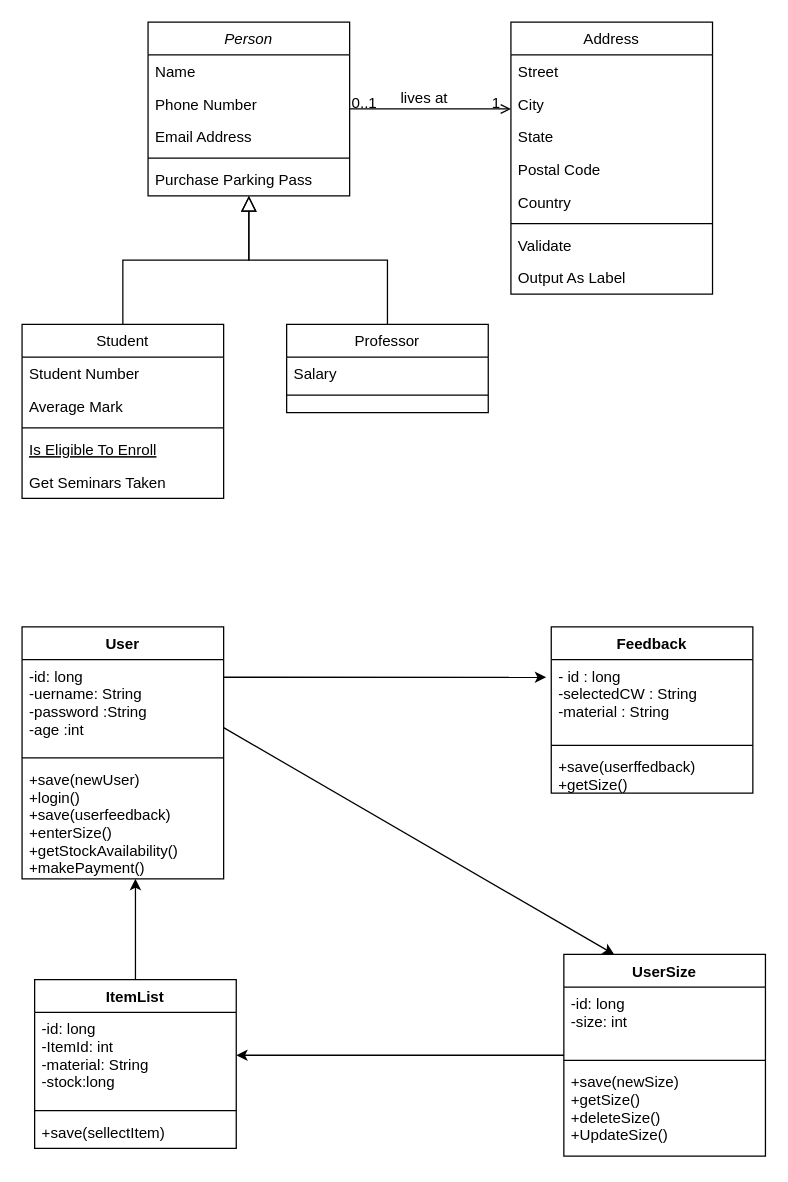
This is diagrams/class diagram.drawio from chamodi2001/MDCGunathilaka_MaterialBasedSizes, a draw.io file, before an edit. Source tidied: cells renumbered, new cells numbered last; positions are measured from the earlier drawing's top-left corner, leaving out a move shared by most shapes. Both pictures are drawn from the tidied source at 126%, with x=0, y=0 at pixel (21, 21).
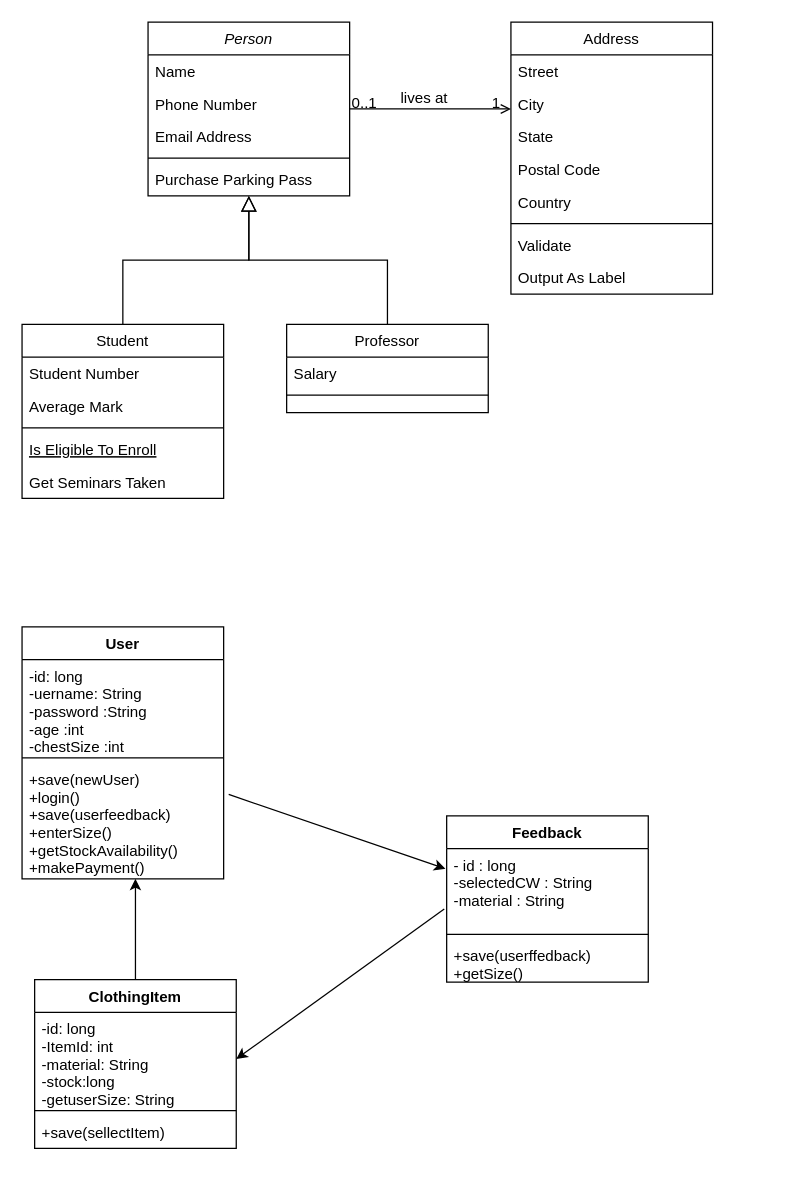
The same page after the edit.

Unchanged cells that the change refers to:
```xml
<mxCell id="32" value="User" style="swimlane;fontStyle=1;align=center;verticalAlign=top;horizontal=1;startSize=26;" parent="1" vertex="1">
  <mxGeometry y="480" width="160" height="200" as="geometry" />
</mxCell>
<mxCell id="35" value="+save(newUser)&#10;+login()&#10;+save(userfeedback)&#10;+enterSize()&#10;+getStockAvailability()&#10;+makePayment() " style="text;strokeColor=none;fillColor=none;align=left;verticalAlign=top;spacingLeft=4;spacingRight=4;overflow=hidden;points=[[0,0.5],[1,0.5]];portConstraint=eastwest;" parent="32" vertex="1">
  <mxGeometry y="108" width="160" height="92" as="geometry" />
</mxCell>
<mxCell id="45" value="- id : long&#10;-selectedCW : String&#10;-material : String" style="text;strokeColor=none;fillColor=none;align=left;verticalAlign=top;spacingLeft=4;spacingRight=4;overflow=hidden;points=[[0,0.5],[1,0.5]];portConstraint=eastwest;" parent="44" vertex="1">
  <mxGeometry y="26" width="160" height="64" as="geometry" />
</mxCell>
```

Change to the diagram source:
```diff
@@
-    <mxCell id="33" value="-id: long&#10;-uername: String&#10;-password :String&#10;-age :int" style="text;strokeColor=none;fillColor=none;align=left;verticalAlign=top;spacingLeft=4;spacingRight=4;overflow=hidden;" parent="32" vertex="1">
+    <mxCell id="33" value="-id: long&#10;-uername: String&#10;-password :String&#10;-age :int&#10;-chestSize :int" style="text;strokeColor=none;fillColor=none;align=left;verticalAlign=top;spacingLeft=4;spacingRight=4;overflow=hidden;" parent="32" vertex="1">
       <mxGeometry y="26" width="160" height="74" as="geometry" />
     </mxCell>
@@
-    <mxCell id="36" value="ItemList" style="swimlane;fontStyle=1;align=center;verticalAlign=top;horizontal=1;startSize=26;" parent="1" vertex="1">
+    <mxCell id="36" value="ClothingItem" style="swimlane;fontStyle=1;align=center;verticalAlign=top;horizontal=1;startSize=26;" parent="1" vertex="1">
       <mxGeometry x="10" y="760" width="160" height="134" as="geometry" />
     </mxCell>
-    <mxCell id="37" value="-id: long&#10;-ItemId: int&#10;-material: String&#10;-stock:long" style="text;strokeColor=none;fillColor=none;align=left;verticalAlign=top;spacingLeft=4;spacingRight=4;overflow=hidden;points=[[0,0.5],[1,0.5]];portConstraint=eastwest;" parent="36" vertex="1">
+    <mxCell id="37" value="-id: long&#10;-ItemId: int&#10;-material: String&#10;-stock:long&#10;-getuserSize: String" style="text;strokeColor=none;fillColor=none;align=left;verticalAlign=top;spacingLeft=4;spacingRight=4;overflow=hidden;points=[[0,0.5],[1,0.5]];portConstraint=eastwest;" parent="36" vertex="1">
       <mxGeometry y="26" width="160" height="74" as="geometry" />
     </mxCell>
@@
-    <mxCell id="40" value="UserSize" style="swimlane;fontStyle=1;align=center;verticalAlign=top;horizontal=1;startSize=26;" parent="1" vertex="1">
-      <mxGeometry x="430" y="740" width="160" height="160" as="geometry" />
-    </mxCell>
-    <mxCell id="41" value="-id: long&#10;-size: int&#10;" style="text;strokeColor=none;fillColor=none;align=left;verticalAlign=top;spacingLeft=4;spacingRight=4;overflow=hidden;points=[[0,0.5],[1,0.5]];portConstraint=eastwest;" parent="40" vertex="1">
-      <mxGeometry y="26" width="160" height="54" as="geometry" />
-    </mxCell>
-    <mxCell id="42" style="line;strokeWidth=1;fillColor=none;align=left;verticalAlign=middle;spacingTop=-1;spacingLeft=3;spacingRight=3;labelPosition=right;strokeColor=inherit;" parent="40" vertex="1">
-      <mxGeometry y="80" width="160" height="8" as="geometry" />
-    </mxCell>
-    <mxCell id="43" value="+save(newSize)&#10;+getSize()&#10;+deleteSize()&#10;+UpdateSize()&#10;" style="text;strokeColor=none;fillColor=none;align=left;verticalAlign=top;spacingLeft=4;spacingRight=4;overflow=hidden;" parent="40" vertex="1">
-      <mxGeometry y="88" width="160" height="72" as="geometry" />
-    </mxCell>
     <mxCell id="44" value="Feedback" style="swimlane;fontStyle=1;align=center;verticalAlign=top;horizontal=1;startSize=26;" parent="1" vertex="1">
-      <mxGeometry x="420" y="480" width="160" height="132" as="geometry" />
+      <mxGeometry x="337" y="630" width="160" height="132" as="geometry" />
     </mxCell>
@@
-    <mxCell id="48" style="endArrow=classic;html=1;rounded=0;entryX=-0.025;entryY=0.219;entryDx=0;entryDy=0;entryPerimeter=0;" parent="1" edge="1" target="45">
+    <mxCell id="48" style="endArrow=classic;html=1;rounded=0;exitX=1.025;exitY=0.272;exitDx=0;exitDy=0;exitPerimeter=0;" parent="1" edge="1" source="35">
       <mxGeometry relative="1" as="geometry">
-        <mxPoint x="160" y="520" as="sourcePoint" />
+        <mxPoint x="336" y="672" as="targetPoint" />
       </mxGeometry>
     </mxCell>
-    <mxCell id="49" style="endArrow=classic;html=1;rounded=0;entryX=0.25;entryY=0;entryDx=0;entryDy=0;" parent="1" edge="1" target="40">
-      <mxGeometry relative="1" as="geometry">
-        <mxPoint x="160" y="560" as="sourcePoint" />
-      </mxGeometry>
-    </mxCell>
-    <mxCell id="50" style="endArrow=classic;html=1;rounded=0;exitX=0;exitY=1;exitDx=0;exitDy=0;exitPerimeter=0;" parent="1" edge="1" source="41">
-      <mxGeometry relative="1" as="geometry">
-        <mxPoint x="170" y="820" as="targetPoint" />
-      </mxGeometry>
-    </mxCell>
@@
+    <mxCell id="52" style="endArrow=classic;html=1;rounded=0;exitX=-0.012;exitY=0.75;exitDx=0;exitDy=0;entryX=1;entryY=0.5;entryDx=0;entryDy=0;exitPerimeter=0;" parent="1" edge="1" source="45" target="37">
+      <mxGeometry relative="1" as="geometry" />
+    </mxCell>
```
